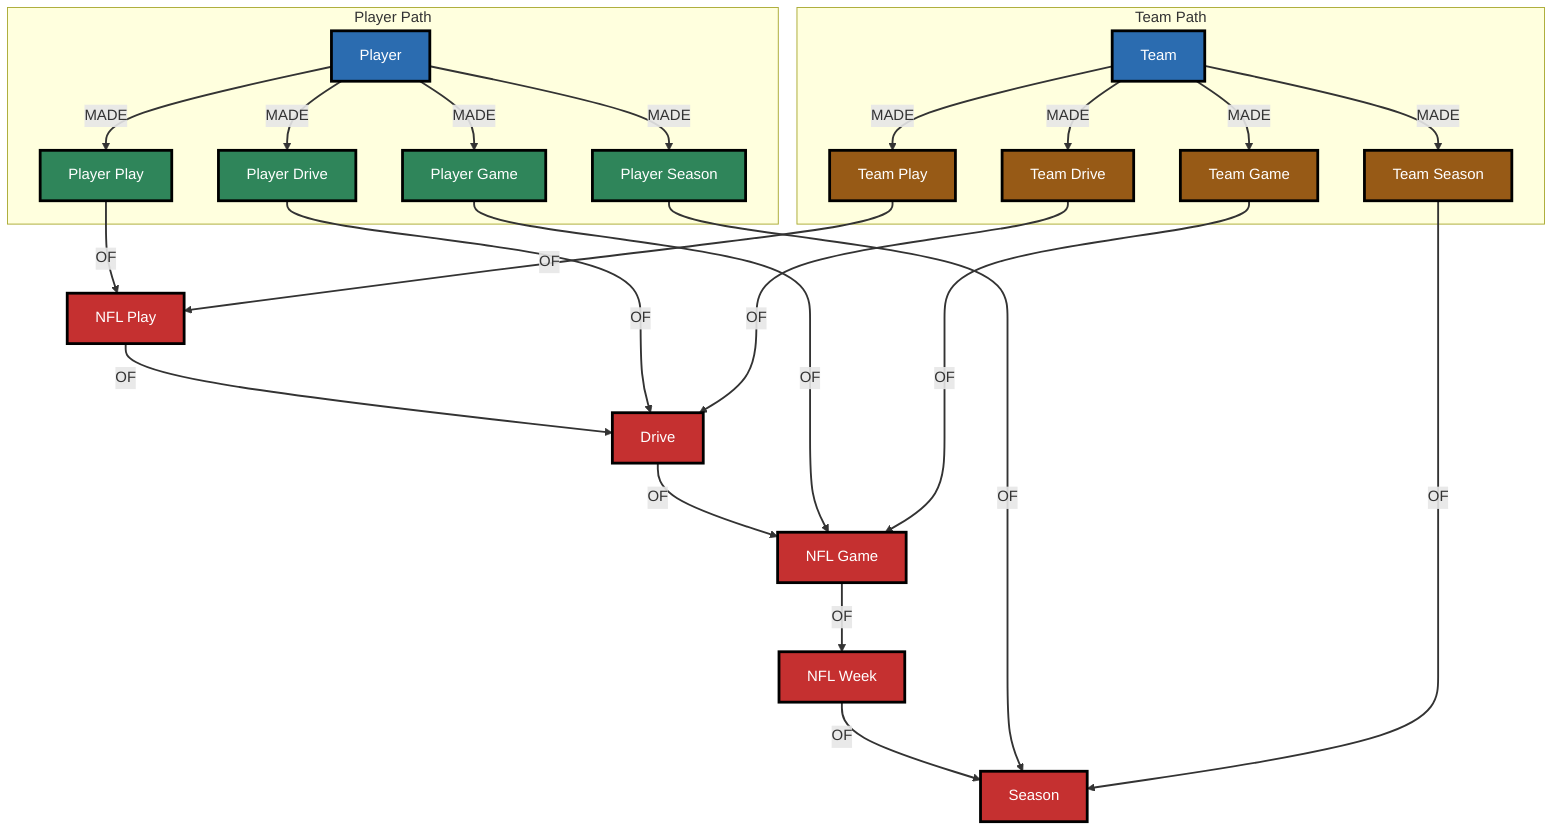
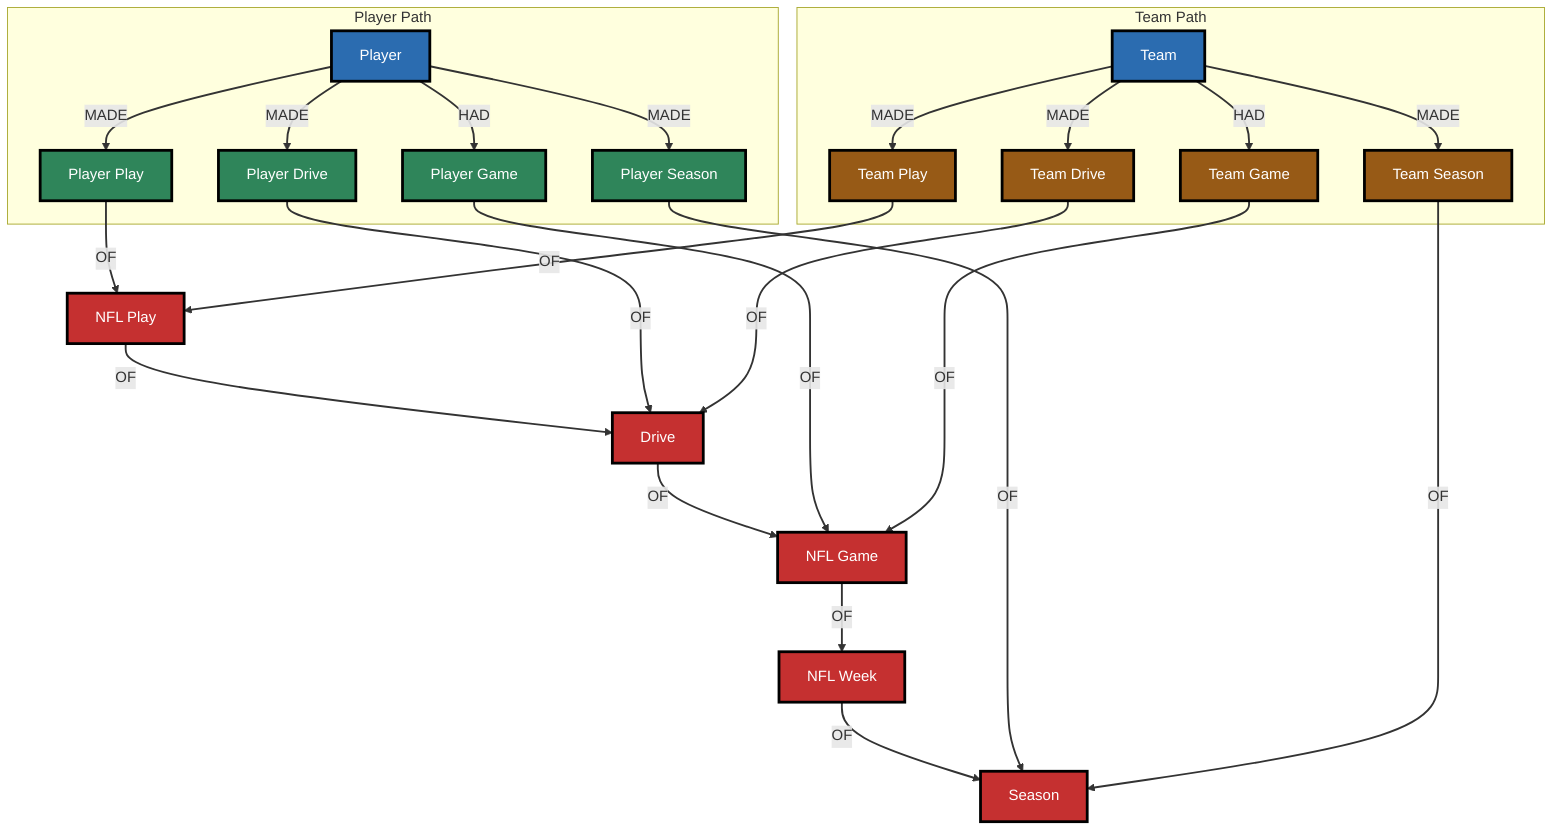
graph TD
    %% Core Timeline centered
    NFLPlay["NFL Play"] -->|"OF"| Drive["Drive"]
    Drive -->|"OF"| NFLGame["NFL Game"]
    NFLGame -->|"OF"| NFLWeek["NFL Week"]
    NFLWeek -->|"OF"| Season["Season"]

    %% Player Path on left
    subgraph "Player Path"
        Player["Player"] -->|"MADE"| PlayerPlay["Player Play"]
-         Player -->|"MADE"| PlayerGame["Player Game"]
+         Player -->|"HAD"| PlayerGame["Player Game"]
        Player -->|"MADE"| PlayerSeason["Player Season"]
        Player -->|"MADE"| PlayerDrive["Player Drive"]
    end

    %% Team Path on right
    subgraph "Team Path"
        Team["Team"] -->|"MADE"| TeamPlay["Team Play"]
-         Team -->|"MADE"| TeamGame["Team Game"]
+         Team -->|"HAD"| TeamGame["Team Game"]
        Team -->|"MADE"| TeamSeason["Team Season"]
        Team -->|"MADE"| TeamDrive["Team Drive"]
    end

    %% Connections to core timeline
    PlayerPlay -->|"OF"| NFLPlay
    TeamPlay -->|"OF"| NFLPlay
    PlayerGame -->|"OF"| NFLGame
    TeamGame -->|"OF"| NFLGame
    PlayerSeason -->|"OF"| Season
    TeamSeason -->|"OF"| Season
    PlayerDrive -->|"OF"| Drive
    TeamDrive -->|"OF"| Drive

    %% Styling
    style Player fill:#2b6cb0,stroke:#000000,stroke-width:3px,color:#ffffff
    style Team fill:#2b6cb0,stroke:#000000,stroke-width:3px,color:#ffffff

    style NFLPlay fill:#c53030,stroke:#000000,stroke-width:3px,color:#ffffff
    style Drive fill:#c53030,stroke:#000000,stroke-width:3px,color:#ffffff
    style NFLGame fill:#c53030,stroke:#000000,stroke-width:3px,color:#ffffff
    style NFLWeek fill:#c53030,stroke:#000000,stroke-width:3px,color:#ffffff
    style Season fill:#c53030,stroke:#000000,stroke-width:3px,color:#ffffff

    style PlayerPlay fill:#2f855a,stroke:#000000,stroke-width:3px,color:#ffffff
    style PlayerGame fill:#2f855a,stroke:#000000,stroke-width:3px,color:#ffffff
    style PlayerSeason fill:#2f855a,stroke:#000000,stroke-width:3px,color:#ffffff
    style PlayerDrive fill:#2f855a,stroke:#000000,stroke-width:3px,color:#ffffff

    style TeamPlay fill:#975a16,stroke:#000000,stroke-width:3px,color:#ffffff
    style TeamGame fill:#975a16,stroke:#000000,stroke-width:3px,color:#ffffff
    style TeamSeason fill:#975a16,stroke:#000000,stroke-width:3px,color:#ffffff
    style TeamDrive fill:#975a16,stroke:#000000,stroke-width:3px,color:#ffffff

    linkStyle default stroke:#333333,stroke-width:2px